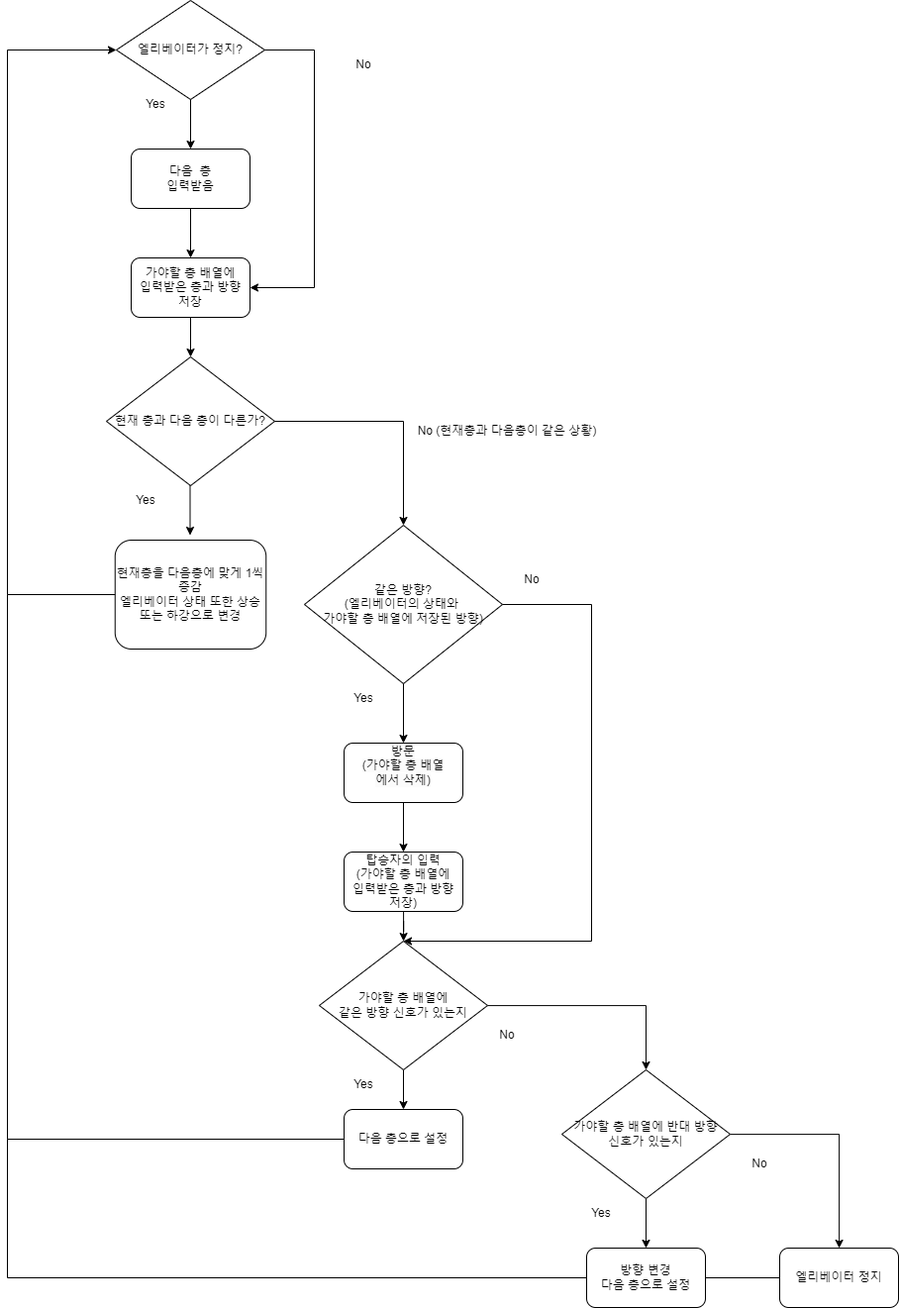
Earlier version of the draw.io export img/elevator.drawio.png (TAEYOONEM/objectDetect_elevator). Source tidied: cells renumbered, new cells last; positions are measured from the earlier drawing's top-left corner, leaving out a move shared by most shapes.
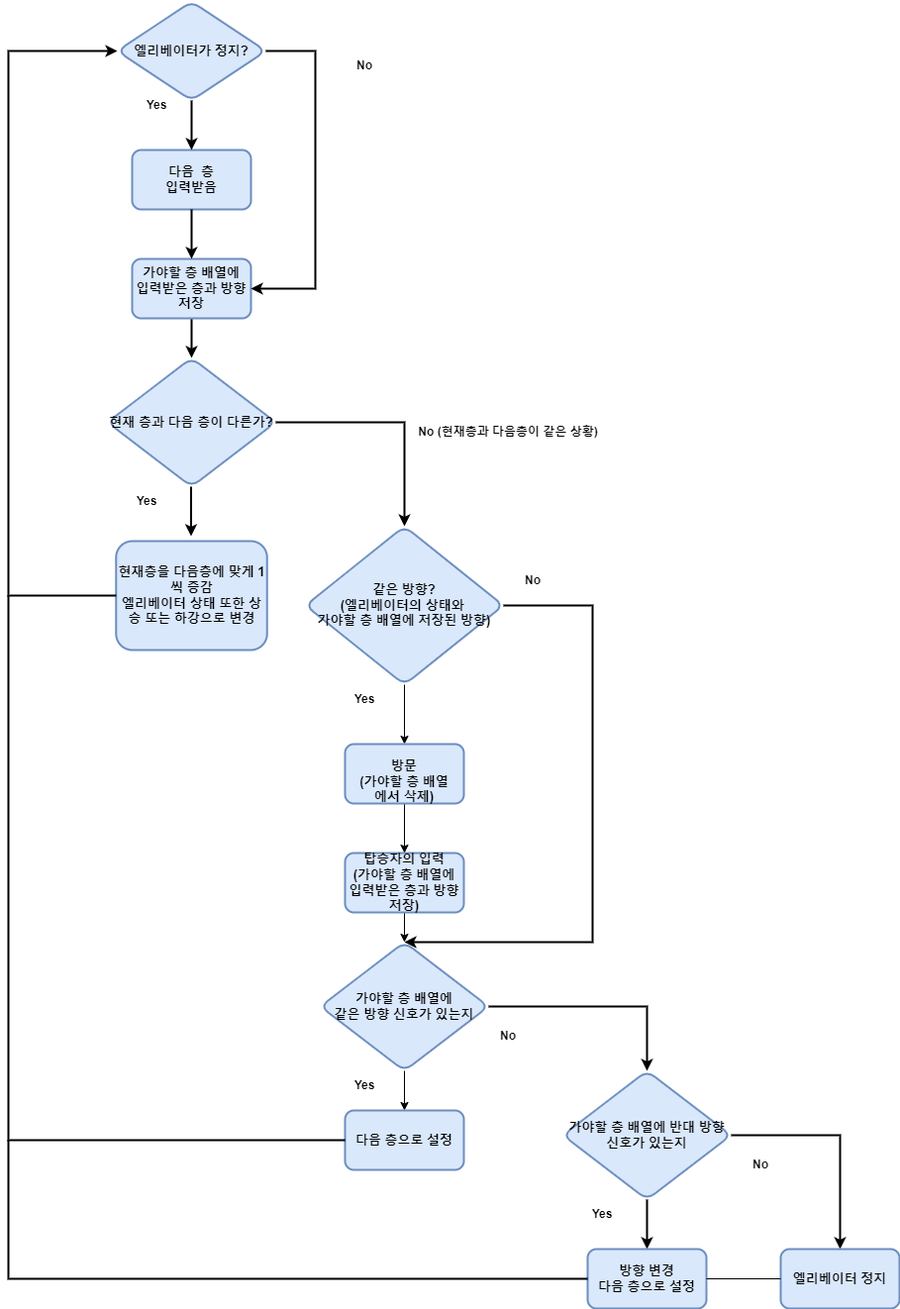
After the change.

Diff of the diagram source:
```diff
@@ -4,24 +4,24 @@
     <mxCell id="1" parent="0" />
-    <mxCell id="2" value="다음&amp;nbsp; 층 &lt;br&gt;입력받음" style="rounded=1;whiteSpace=wrap;html=1;" parent="1" vertex="1">
+    <mxCell id="2" value="다음&amp;nbsp; 층 &lt;br style=&quot;font-size: 13px;&quot;&gt;입력받음" style="rounded=1;whiteSpace=wrap;html=1;fillColor=#dae8fc;strokeColor=#6c8ebf;strokeWidth=2;fontStyle=1;fontSize=13;" parent="1" vertex="1">
       <mxGeometry x="125" y="150" width="120" height="60" as="geometry" />
     </mxCell>
-    <mxCell id="3" value="엘리베이터가 정지?" style="rhombus;whiteSpace=wrap;html=1;" parent="1" vertex="1">
+    <mxCell id="3" value="엘리베이터가 정지?" style="rhombus;whiteSpace=wrap;html=1;rounded=1;strokeWidth=2;fillColor=#dae8fc;strokeColor=#6c8ebf;fontStyle=1;fontSize=13;" parent="1" vertex="1">
       <mxGeometry x="110" width="150" height="100" as="geometry" />
     </mxCell>
-    <mxCell id="4" value="Yes" style="text;html=1;strokeColor=none;fillColor=none;align=center;verticalAlign=middle;whiteSpace=wrap;rounded=0;" parent="1" vertex="1">
+    <mxCell id="4" value="Yes" style="text;html=1;strokeColor=none;fillColor=none;align=center;verticalAlign=middle;whiteSpace=wrap;rounded=0;fontStyle=1;" parent="1" vertex="1">
       <mxGeometry x="120" y="90" width="60" height="30" as="geometry" />
     </mxCell>
-    <mxCell id="5" value="No" style="text;html=1;strokeColor=none;fillColor=none;align=center;verticalAlign=middle;whiteSpace=wrap;rounded=0;" parent="1" vertex="1">
+    <mxCell id="5" value="No" style="text;html=1;strokeColor=none;fillColor=none;align=center;verticalAlign=middle;whiteSpace=wrap;rounded=0;fontStyle=1;" parent="1" vertex="1">
       <mxGeometry x="330" y="50" width="60" height="30" as="geometry" />
     </mxCell>
-    <mxCell id="6" style="endArrow=classic;html=1;rounded=0;exitX=0.5;exitY=1;exitDx=0;exitDy=0;entryX=0.5;entryY=0;entryDx=0;entryDy=0;" parent="1" edge="1" source="3" target="2">
+    <mxCell id="6" style="endArrow=classic;html=1;rounded=0;exitX=0.5;exitY=1;exitDx=0;exitDy=0;entryX=0.5;entryY=0;entryDx=0;entryDy=0;strokeWidth=2;" parent="1" edge="1" source="3" target="2">
       <mxGeometry relative="1" as="geometry" />
     </mxCell>
-    <mxCell id="7" style="edgeStyle=orthogonalEdgeStyle;rounded=0;jettySize=auto;html=1;" parent="1" edge="1" source="8" target="11">
+    <mxCell id="7" style="edgeStyle=orthogonalEdgeStyle;rounded=0;jettySize=auto;html=1;strokeWidth=2;" parent="1" edge="1" source="8" target="11">
       <mxGeometry relative="1" as="geometry" />
     </mxCell>
-    <mxCell id="8" value="가야할 층 배열에&lt;br&gt;입력받은 층과 방향 &lt;br&gt;저장" style="rounded=1;whiteSpace=wrap;html=1;" parent="1" vertex="1">
+    <mxCell id="8" value="가야할 층 배열에&lt;br style=&quot;font-size: 13px;&quot;&gt;입력받은 층과 방향 &lt;br style=&quot;font-size: 13px;&quot;&gt;저장" style="rounded=1;whiteSpace=wrap;html=1;fillColor=#dae8fc;strokeColor=#6c8ebf;strokeWidth=2;fontStyle=1;fontSize=13;" parent="1" vertex="1">
       <mxGeometry x="125" y="260" width="120" height="60" as="geometry" />
     </mxCell>
-    <mxCell id="9" style="endArrow=classic;html=1;rounded=0;exitX=0.5;exitY=1;exitDx=0;exitDy=0;entryX=0.5;entryY=0;entryDx=0;entryDy=0;" parent="1" edge="1" target="8">
+    <mxCell id="9" style="endArrow=classic;html=1;rounded=0;exitX=0.5;exitY=1;exitDx=0;exitDy=0;entryX=0.5;entryY=0;entryDx=0;entryDy=0;strokeWidth=2;" parent="1" edge="1" target="8">
       <mxGeometry relative="1" as="geometry">
@@ -30,3 +30,3 @@
     </mxCell>
-    <mxCell id="10" style="endArrow=classic;html=1;rounded=0;exitX=1;exitY=0.5;exitDx=0;exitDy=0;entryX=1;entryY=0.5;entryDx=0;entryDy=0;" parent="1" edge="1" source="3" target="8">
+    <mxCell id="10" style="endArrow=classic;html=1;rounded=0;exitX=1;exitY=0.5;exitDx=0;exitDy=0;entryX=1;entryY=0.5;entryDx=0;entryDy=0;strokeWidth=2;" parent="1" edge="1" source="3" target="8">
       <mxGeometry relative="1" as="geometry">
@@ -38,6 +38,6 @@
     </mxCell>
-    <mxCell id="11" value="현재 층과 다음 층이 다른가?" style="rhombus;whiteSpace=wrap;html=1;" parent="1" vertex="1">
+    <mxCell id="11" value="현재 층과 다음 층이 다른가?" style="rhombus;whiteSpace=wrap;html=1;rounded=1;strokeWidth=2;fillColor=#dae8fc;strokeColor=#6c8ebf;fontStyle=1;fontSize=13;" parent="1" vertex="1">
       <mxGeometry x="100" y="360" width="170" height="130" as="geometry" />
     </mxCell>
-    <mxCell id="12" style="endArrow=classic;html=1;rounded=0;exitX=0.5;exitY=1;exitDx=0;exitDy=0;entryX=0.5;entryY=0;entryDx=0;entryDy=0;" parent="1" edge="1">
+    <mxCell id="12" style="endArrow=classic;html=1;rounded=0;exitX=0.5;exitY=1;exitDx=0;exitDy=0;entryX=0.5;entryY=0;entryDx=0;entryDy=0;strokeWidth=2;" parent="1" edge="1">
       <mxGeometry relative="1" as="geometry">
@@ -47,9 +47,9 @@
     </mxCell>
-    <mxCell id="13" value="현재층을 다음층에 맞게 1씩 증감&lt;br&gt;엘리베이터 상태 또한 상승 또는 하강으로 변경" style="rounded=1;whiteSpace=wrap;html=1;" parent="1" vertex="1">
+    <mxCell id="13" value="현재층을 다음층에 맞게 1씩 증감&lt;br style=&quot;font-size: 13px;&quot;&gt;엘리베이터 상태 또한 상승 또는 하강으로 변경" style="rounded=1;whiteSpace=wrap;html=1;fillColor=#dae8fc;strokeColor=#6c8ebf;strokeWidth=2;fontStyle=1;fontSize=13;" parent="1" vertex="1">
       <mxGeometry x="108.8" y="545" width="152.5" height="110" as="geometry" />
     </mxCell>
-    <mxCell id="14" value="Yes" style="text;html=1;strokeColor=none;fillColor=none;align=center;verticalAlign=middle;whiteSpace=wrap;rounded=0;" parent="1" vertex="1">
+    <mxCell id="14" value="Yes" style="text;html=1;strokeColor=none;fillColor=none;align=center;verticalAlign=middle;whiteSpace=wrap;rounded=0;fontStyle=1;" parent="1" vertex="1">
       <mxGeometry x="110" y="490" width="60" height="30" as="geometry" />
     </mxCell>
-    <mxCell id="15" style="endArrow=classic;html=1;rounded=0;exitX=0;exitY=0.5;exitDx=0;exitDy=0;entryX=0;entryY=0.5;entryDx=0;entryDy=0;" parent="1" edge="1" source="13" target="3">
+    <mxCell id="15" style="endArrow=classic;html=1;rounded=0;exitX=0;exitY=0.5;exitDx=0;exitDy=0;entryX=0;entryY=0.5;entryDx=0;entryDy=0;strokeWidth=2;" parent="1" edge="1" source="13" target="3">
       <mxGeometry relative="1" as="geometry">
@@ -61,3 +61,3 @@
     </mxCell>
-    <mxCell id="16" style="endArrow=classic;html=1;rounded=0;exitX=1;exitY=0.5;exitDx=0;exitDy=0;entryX=0.5;entryY=0;entryDx=0;entryDy=0;" parent="1" edge="1" source="11" target="18">
+    <mxCell id="16" style="endArrow=classic;html=1;rounded=0;exitX=1;exitY=0.5;exitDx=0;exitDy=0;entryX=0.5;entryY=0;entryDx=0;entryDy=0;strokeWidth=2;" parent="1" edge="1" source="11" target="18">
       <mxGeometry relative="1" as="geometry">
@@ -68,6 +68,6 @@
     </mxCell>
-    <mxCell id="17" value="No (현재층과 다음층이 같은 상황)" style="text;html=1;strokeColor=none;fillColor=none;align=center;verticalAlign=middle;whiteSpace=wrap;rounded=0;" parent="1" vertex="1">
+    <mxCell id="17" value="No (현재층과 다음층이 같은 상황)" style="text;html=1;strokeColor=none;fillColor=none;align=center;verticalAlign=middle;whiteSpace=wrap;rounded=0;fontStyle=1;" parent="1" vertex="1">
       <mxGeometry x="410" y="420" width="190" height="30" as="geometry" />
     </mxCell>
-    <mxCell id="18" value="같은 방향?&lt;br&gt;(엘리베이터의 상태와&amp;nbsp;&lt;br&gt;가야할 층 배열에 저장된 방향)" style="rhombus;whiteSpace=wrap;html=1;" parent="1" vertex="1">
+    <mxCell id="18" value="같은 방향?&lt;br style=&quot;font-size: 13px;&quot;&gt;(엘리베이터의 상태와&amp;nbsp;&lt;br style=&quot;font-size: 13px;&quot;&gt;가야할 층 배열에 저장된 방향)" style="rhombus;whiteSpace=wrap;html=1;rounded=1;strokeWidth=2;fillColor=#dae8fc;strokeColor=#6c8ebf;fontStyle=1;fontSize=13;" parent="1" vertex="1">
       <mxGeometry x="300" y="530" width="200" height="160" as="geometry" />
@@ -77,6 +77,6 @@
     </mxCell>
-    <mxCell id="20" value="Yes" style="text;html=1;strokeColor=none;fillColor=none;align=center;verticalAlign=middle;whiteSpace=wrap;rounded=0;" parent="1" vertex="1">
+    <mxCell id="20" value="Yes" style="text;html=1;strokeColor=none;fillColor=none;align=center;verticalAlign=middle;whiteSpace=wrap;rounded=0;fontStyle=1;" parent="1" vertex="1">
       <mxGeometry x="330" y="690" width="60" height="30" as="geometry" />
     </mxCell>
-    <mxCell id="21" style="endArrow=classic;html=1;rounded=0;exitX=1;exitY=0.5;exitDx=0;exitDy=0;entryX=0.5;entryY=0;entryDx=0;entryDy=0;" parent="1" edge="1" source="18" target="28">
+    <mxCell id="21" style="endArrow=classic;html=1;rounded=0;exitX=1;exitY=0.5;exitDx=0;exitDy=0;entryX=0.5;entryY=0;entryDx=0;entryDy=0;strokeWidth=2;" parent="1" edge="1" source="18" target="28">
       <mxGeometry relative="1" as="geometry">
@@ -91,3 +91,3 @@
     </mxCell>
-    <mxCell id="23" value="탑승자의 입력&lt;br&gt;(가야할 층 배열에&lt;br style=&quot;border-color: var(--border-color);&quot;&gt;입력받은 층과 방향&lt;br style=&quot;border-color: var(--border-color);&quot;&gt;저장)" style="rounded=1;whiteSpace=wrap;html=1;" parent="1" vertex="1">
+    <mxCell id="23" value="탑승자의 입력&lt;br style=&quot;font-size: 13px;&quot;&gt;(가야할 층 배열에&lt;br style=&quot;border-color: var(--border-color); font-size: 13px;&quot;&gt;입력받은 층과 방향&lt;br style=&quot;border-color: var(--border-color); font-size: 13px;&quot;&gt;저장)" style="rounded=1;whiteSpace=wrap;html=1;fillColor=#dae8fc;strokeColor=#6c8ebf;strokeWidth=2;fontStyle=1;fontSize=13;" parent="1" vertex="1">
       <mxGeometry x="340" y="860" width="120" height="60" as="geometry" />
@@ -97,3 +97,3 @@
     </mxCell>
-    <mxCell id="25" value="&#10;&lt;span style=&quot;border-color: var(--border-color); color: rgb(0, 0, 0); font-family: Helvetica; font-size: 12px; font-style: normal; font-variant-ligatures: normal; font-variant-caps: normal; font-weight: 400; letter-spacing: normal; orphans: 2; text-indent: 0px; text-transform: none; widows: 2; word-spacing: 0px; -webkit-text-stroke-width: 0px; text-decoration-thickness: initial; text-decoration-style: initial; text-decoration-color: initial; text-align: center; background-color: rgb(251, 251, 251); float: none; display: inline !important;&quot;&gt;방문&lt;/span&gt;&lt;br style=&quot;border-color: var(--border-color); color: rgb(0, 0, 0); font-family: Helvetica; font-size: 12px; font-style: normal; font-variant-ligatures: normal; font-variant-caps: normal; font-weight: 400; letter-spacing: normal; orphans: 2; text-indent: 0px; text-transform: none; widows: 2; word-spacing: 0px; -webkit-text-stroke-width: 0px; text-decoration-thickness: initial; text-decoration-style: initial; text-decoration-color: initial; text-align: center; background-color: rgb(251, 251, 251);&quot;&gt;&lt;span style=&quot;border-color: var(--border-color); color: rgb(0, 0, 0); font-family: Helvetica; font-size: 12px; font-style: normal; font-variant-ligatures: normal; font-variant-caps: normal; font-weight: 400; letter-spacing: normal; orphans: 2; text-indent: 0px; text-transform: none; widows: 2; word-spacing: 0px; -webkit-text-stroke-width: 0px; text-decoration-thickness: initial; text-decoration-style: initial; text-decoration-color: initial; text-align: center; background-color: rgb(251, 251, 251); float: none; display: inline !important;&quot;&gt;(가야할 층 배열&lt;/span&gt;&lt;br style=&quot;border-color: var(--border-color); color: rgb(0, 0, 0); font-family: Helvetica; font-size: 12px; font-style: normal; font-variant-ligatures: normal; font-variant-caps: normal; font-weight: 400; letter-spacing: normal; orphans: 2; text-indent: 0px; text-transform: none; widows: 2; word-spacing: 0px; -webkit-text-stroke-width: 0px; text-decoration-thickness: initial; text-decoration-style: initial; text-decoration-color: initial; text-align: center; background-color: rgb(251, 251, 251);&quot;&gt;&lt;span style=&quot;border-color: var(--border-color); color: rgb(0, 0, 0); font-family: Helvetica; font-size: 12px; font-style: normal; font-variant-ligatures: normal; font-variant-caps: normal; font-weight: 400; letter-spacing: normal; orphans: 2; text-indent: 0px; text-transform: none; widows: 2; word-spacing: 0px; -webkit-text-stroke-width: 0px; text-decoration-thickness: initial; text-decoration-style: initial; text-decoration-color: initial; text-align: center; background-color: rgb(251, 251, 251); float: none; display: inline !important;&quot;&gt;에서 삭제)&lt;/span&gt;&#10;&#10;" style="rounded=1;whiteSpace=wrap;html=1;" parent="1" vertex="1">
+    <mxCell id="25" value="&lt;br style=&quot;border-color: var(--border-color); font-size: 13px;&quot;&gt;방문&lt;br style=&quot;border-color: var(--border-color); font-size: 13px;&quot;&gt;&lt;span style=&quot;border-color: var(--border-color); font-size: 13px;&quot;&gt;(가야할 층 배열&lt;/span&gt;&lt;br style=&quot;border-color: var(--border-color); font-size: 13px;&quot;&gt;&lt;span style=&quot;border-color: var(--border-color); font-size: 13px;&quot;&gt;에서 삭제)&lt;br style=&quot;font-size: 13px;&quot;&gt;&lt;/span&gt;" style="rounded=1;whiteSpace=wrap;html=1;fillColor=#dae8fc;strokeColor=#6c8ebf;strokeWidth=2;fontStyle=1;fontSize=13;" parent="1" vertex="1">
       <mxGeometry x="340" y="750" width="120" height="60" as="geometry" />
@@ -103,42 +103,42 @@
     </mxCell>
-    <mxCell id="27" style="edgeStyle=orthogonalEdgeStyle;rounded=0;jettySize=auto;html=1;entryX=0.5;entryY=0;entryDx=0;entryDy=0;" parent="1" edge="1" source="28" target="34">
+    <mxCell id="27" style="edgeStyle=orthogonalEdgeStyle;rounded=0;jettySize=auto;html=1;entryX=0.5;entryY=0;entryDx=0;entryDy=0;strokeWidth=2;" parent="1" edge="1" source="28" target="34">
       <mxGeometry relative="1" as="geometry" />
     </mxCell>
-    <mxCell id="28" value="&amp;nbsp;가야할 층 배열에&amp;nbsp;&lt;br&gt;같은 방향 신호가 있는지" style="rhombus;whiteSpace=wrap;html=1;" parent="1" vertex="1">
+    <mxCell id="28" value="&amp;nbsp;가야할 층 배열에&amp;nbsp;&lt;br style=&quot;font-size: 13px;&quot;&gt;같은 방향 신호가 있는지" style="rhombus;whiteSpace=wrap;html=1;rounded=1;strokeWidth=2;fillColor=#dae8fc;strokeColor=#6c8ebf;fontStyle=1;fontSize=13;" parent="1" vertex="1">
       <mxGeometry x="315" y="950" width="170" height="130" as="geometry" />
     </mxCell>
-    <mxCell id="29" value="No" style="text;html=1;strokeColor=none;fillColor=none;align=center;verticalAlign=middle;whiteSpace=wrap;rounded=0;" parent="1" vertex="1">
+    <mxCell id="29" value="No" style="text;html=1;strokeColor=none;fillColor=none;align=center;verticalAlign=middle;whiteSpace=wrap;rounded=0;fontStyle=1;" parent="1" vertex="1">
       <mxGeometry x="500" y="570" width="60" height="30" as="geometry" />
     </mxCell>
-    <mxCell id="30" value="다음 층으로 설정" style="rounded=1;whiteSpace=wrap;html=1;" parent="1" vertex="1">
+    <mxCell id="30" value="다음 층으로 설정" style="rounded=1;whiteSpace=wrap;html=1;fillColor=#dae8fc;strokeColor=#6c8ebf;strokeWidth=2;fontStyle=1;fontSize=13;" parent="1" vertex="1">
       <mxGeometry x="340" y="1120" width="120" height="60" as="geometry" />
     </mxCell>
-    <mxCell id="31" value="Yes" style="text;html=1;strokeColor=none;fillColor=none;align=center;verticalAlign=middle;whiteSpace=wrap;rounded=0;" parent="1" vertex="1">
+    <mxCell id="31" value="Yes" style="text;html=1;strokeColor=none;fillColor=none;align=center;verticalAlign=middle;whiteSpace=wrap;rounded=0;fontStyle=1;" parent="1" vertex="1">
       <mxGeometry x="330" y="1080" width="60" height="30" as="geometry" />
     </mxCell>
-    <mxCell id="32" style="edgeStyle=orthogonalEdgeStyle;rounded=0;jettySize=auto;html=1;" parent="1" edge="1" source="34" target="35">
+    <mxCell id="32" style="edgeStyle=orthogonalEdgeStyle;rounded=0;jettySize=auto;html=1;strokeWidth=2;" parent="1" edge="1" source="34" target="35">
       <mxGeometry relative="1" as="geometry" />
     </mxCell>
-    <mxCell id="33" style="edgeStyle=orthogonalEdgeStyle;rounded=0;jettySize=auto;html=1;" parent="1" edge="1" source="34" target="36">
+    <mxCell id="33" style="edgeStyle=orthogonalEdgeStyle;rounded=0;jettySize=auto;html=1;strokeWidth=2;" parent="1" edge="1" source="34" target="36">
       <mxGeometry relative="1" as="geometry" />
     </mxCell>
-    <mxCell id="34" value="가야할 층 배열에 반대 방향 &lt;br&gt;신호가 있는지" style="rhombus;whiteSpace=wrap;html=1;" parent="1" vertex="1">
+    <mxCell id="34" value="가야할 층 배열에 반대 방향 &lt;br style=&quot;font-size: 13px;&quot;&gt;신호가 있는지" style="rhombus;whiteSpace=wrap;html=1;rounded=1;strokeWidth=2;fillColor=#dae8fc;strokeColor=#6c8ebf;fontStyle=1;fontSize=13;" parent="1" vertex="1">
       <mxGeometry x="560" y="1080" width="170" height="130" as="geometry" />
     </mxCell>
-    <mxCell id="35" value="방향 변경&lt;br&gt;다음 층으로 설정" style="rounded=1;whiteSpace=wrap;html=1;" parent="1" vertex="1">
+    <mxCell id="35" value="방향 변경&lt;br style=&quot;font-size: 13px;&quot;&gt;다음 층으로 설정" style="rounded=1;whiteSpace=wrap;html=1;fillColor=#dae8fc;strokeColor=#6c8ebf;strokeWidth=2;fontStyle=1;fontSize=13;" parent="1" vertex="1">
       <mxGeometry x="585" y="1260" width="120" height="60" as="geometry" />
     </mxCell>
-    <mxCell id="36" value="엘리베이터 정지" style="rounded=1;whiteSpace=wrap;html=1;" parent="1" vertex="1">
+    <mxCell id="36" value="엘리베이터 정지" style="rounded=1;whiteSpace=wrap;html=1;fillColor=#dae8fc;strokeColor=#6c8ebf;strokeWidth=2;fontStyle=1;fontSize=13;" parent="1" vertex="1">
       <mxGeometry x="780" y="1260" width="120" height="60" as="geometry" />
     </mxCell>
-    <mxCell id="37" value="No" style="text;html=1;strokeColor=none;fillColor=none;align=center;verticalAlign=middle;whiteSpace=wrap;rounded=0;" parent="1" vertex="1">
+    <mxCell id="37" value="No" style="text;html=1;strokeColor=none;fillColor=none;align=center;verticalAlign=middle;whiteSpace=wrap;rounded=0;fontStyle=1;" parent="1" vertex="1">
       <mxGeometry x="475" y="1030" width="60" height="30" as="geometry" />
     </mxCell>
-    <mxCell id="38" value="Yes" style="text;html=1;strokeColor=none;fillColor=none;align=center;verticalAlign=middle;whiteSpace=wrap;rounded=0;" parent="1" vertex="1">
+    <mxCell id="38" value="Yes" style="text;html=1;strokeColor=none;fillColor=none;align=center;verticalAlign=middle;whiteSpace=wrap;rounded=0;fontStyle=1;" parent="1" vertex="1">
       <mxGeometry x="570" y="1210" width="60" height="30" as="geometry" />
     </mxCell>
-    <mxCell id="39" value="No" style="text;html=1;strokeColor=none;fillColor=none;align=center;verticalAlign=middle;whiteSpace=wrap;rounded=0;" parent="1" vertex="1">
+    <mxCell id="39" value="No" style="text;html=1;strokeColor=none;fillColor=none;align=center;verticalAlign=middle;whiteSpace=wrap;rounded=0;fontStyle=1;" parent="1" vertex="1">
       <mxGeometry x="730" y="1160" width="60" height="30" as="geometry" />
     </mxCell>
-    <mxCell id="40" style="endArrow=none;html=1;rounded=0;entryX=0;entryY=0.5;entryDx=0;entryDy=0;" parent="1" edge="1" target="30">
+    <mxCell id="40" style="endArrow=none;html=1;rounded=0;entryX=0;entryY=0.5;entryDx=0;entryDy=0;strokeWidth=2;" parent="1" edge="1" target="30">
       <mxGeometry relative="1" as="geometry">
@@ -150,3 +150,3 @@
     </mxCell>
-    <mxCell id="41" style="endArrow=none;html=1;rounded=0;entryX=0;entryY=0.5;entryDx=0;entryDy=0;" parent="1" edge="1" target="35">
+    <mxCell id="41" style="endArrow=none;html=1;rounded=0;entryX=0;entryY=0.5;entryDx=0;entryDy=0;strokeWidth=2;" parent="1" edge="1" target="35">
       <mxGeometry relative="1" as="geometry">
```
